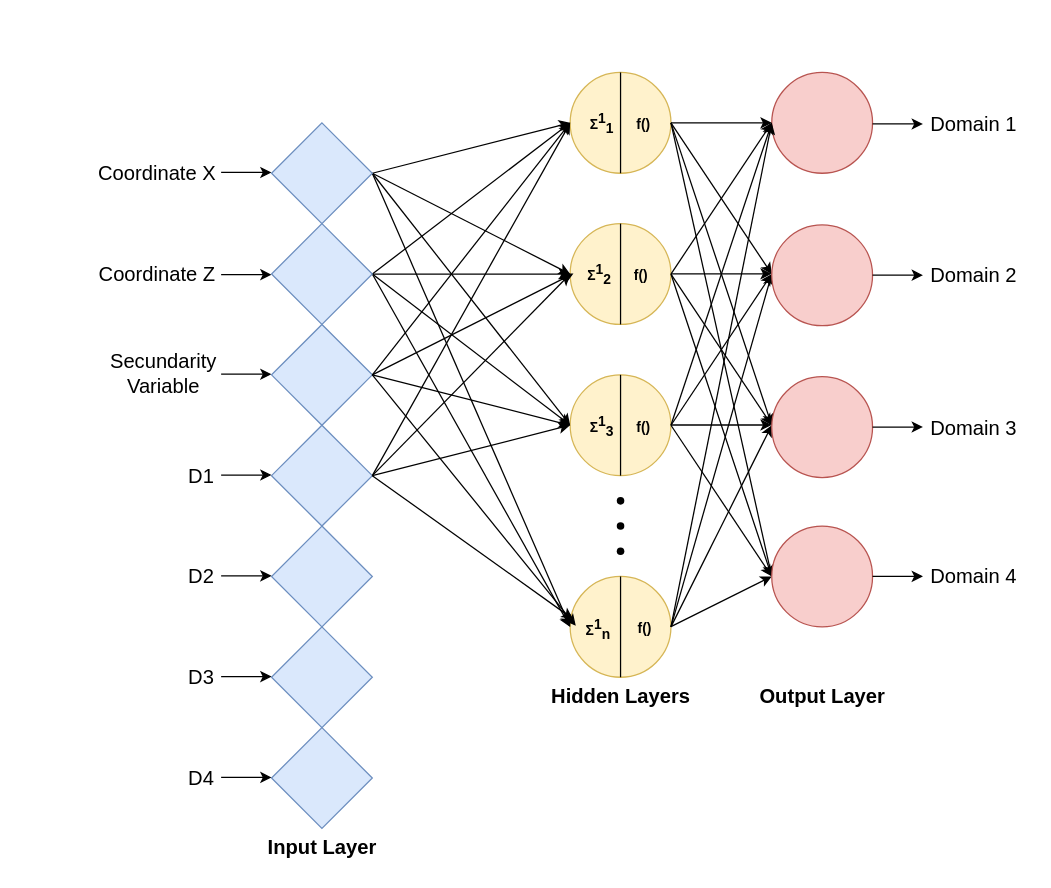
This is Diagrama sin título.drawio from heberallin/ANN_mineralresources, a draw.io file, before an edit. Source tidied: cells renumbered, new cells numbered last; positions are measured from the earlier drawing's top-left corner, leaving out a move shared by most shapes. Both pictures are drawn from the tidied source at 126%, with x=0, y=0 at pixel (86, 72).
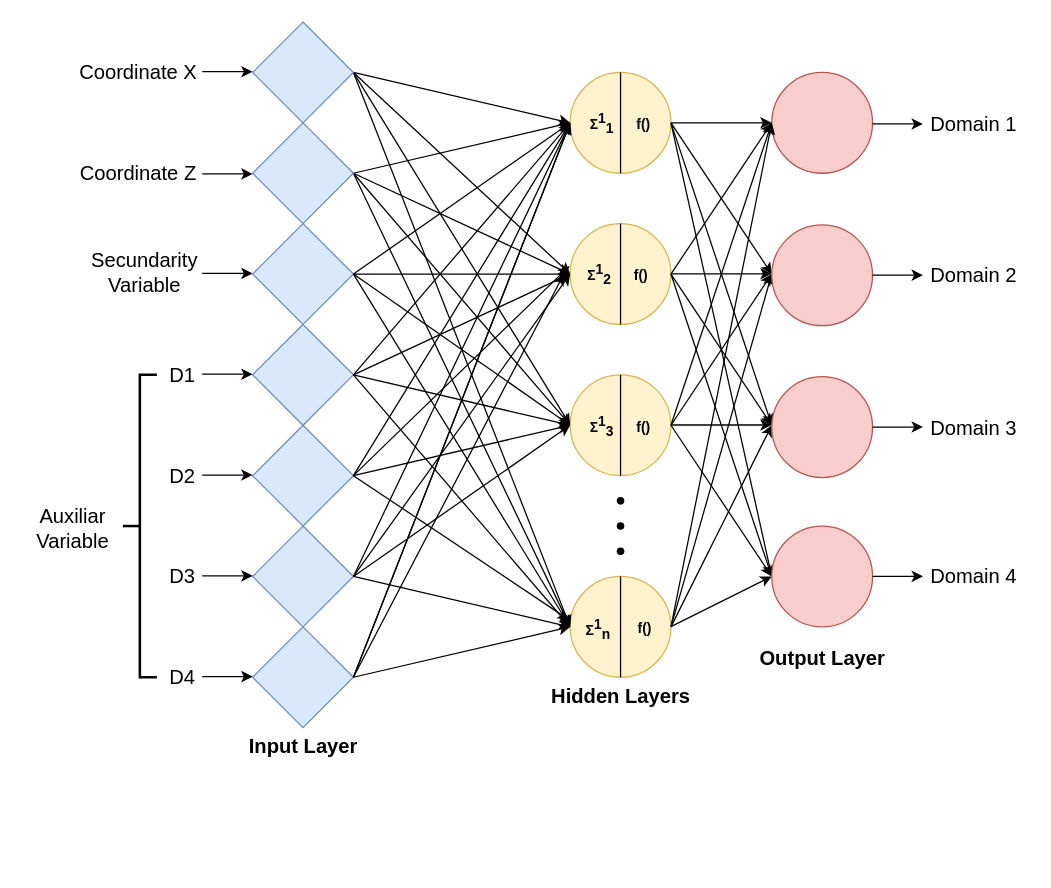
The same page after the edit.

The change refers to these unchanged cells:
```xml
<mxCell id="2" style="ellipse;whiteSpace=wrap;html=1;fillColor=#fff2cc;strokeColor=#d6b656;" parent="1" vertex="1">
  <mxGeometry x="384" y="120" width="80" height="80" as="geometry" />
</mxCell>
<mxCell id="3" style="ellipse;whiteSpace=wrap;html=1;fillColor=#fff2cc;strokeColor=#d6b656;" parent="1" vertex="1">
  <mxGeometry x="384" width="80" height="80" as="geometry" />
</mxCell>
<mxCell id="4" style="ellipse;whiteSpace=wrap;html=1;fillColor=#fff2cc;strokeColor=#d6b656;" parent="1" vertex="1">
  <mxGeometry x="384" y="240" width="80" height="80" as="geometry" />
</mxCell>
<mxCell id="5" style="ellipse;whiteSpace=wrap;html=1;fillColor=#fff2cc;strokeColor=#d6b656;" parent="1" vertex="1">
  <mxGeometry x="384" y="400" width="80" height="80" as="geometry" />
</mxCell>
<mxCell id="48" value="&lt;font style=&quot;font-size: 11px;&quot;&gt;&lt;b style=&quot;font-size: 11px;&quot;&gt;&lt;span style=&quot;font-size: 11px;&quot;&gt;Σ&lt;sup style=&quot;font-size: 11px;&quot;&gt;1&lt;/sup&gt;&lt;/span&gt;&lt;span style=&quot;font-size: 11px;&quot;&gt;&lt;sub style=&quot;font-size: 11px;&quot;&gt;2&lt;/sub&gt;&lt;/span&gt;&lt;/b&gt;&lt;/font&gt;" style="text;html=1;align=center;verticalAlign=middle;points=[];strokeColor=none;fillColor=none;fontSize=11;" parent="1" vertex="1">
  <mxGeometry x="388" y="143.5" width="37" height="33" as="geometry" />
</mxCell>
<mxCell id="50" value="&lt;font style=&quot;font-size: 11px;&quot;&gt;&lt;b style=&quot;font-size: 11px;&quot;&gt;&lt;span style=&quot;font-size: 11px;&quot;&gt;Σ&lt;sup style=&quot;font-size: 11px;&quot;&gt;1&lt;/sup&gt;&lt;/span&gt;&lt;sub style=&quot;font-size: 11px;&quot;&gt;&lt;font style=&quot;font-size: 11px;&quot;&gt;n&lt;/font&gt;&lt;/sub&gt;&lt;/b&gt;&lt;/font&gt;" style="text;html=1;align=center;verticalAlign=middle;points=[];strokeColor=none;fillColor=none;fontSize=11;" parent="1" vertex="1">
  <mxGeometry x="386" y="426.5" width="40" height="30" as="geometry" />
</mxCell>
```

Diff of the diagram source:
```diff
@@
     <mxCell id="34" style="endArrow=classic;html=1;rounded=0;entryX=0;entryY=0.5;entryDx=0;entryDy=0;" parent="1" edge="1">
       <mxGeometry relative="1" as="geometry">
-        <mxPoint x="107" y="79.4" as="sourcePoint" />
-        <mxPoint x="147" y="79.4" as="targetPoint" />
+        <mxPoint x="92" y="-0.6" as="sourcePoint" />
+        <mxPoint x="132" y="-0.6" as="targetPoint" />
       </mxGeometry>
     </mxCell>
     <mxCell id="35" style="endArrow=classic;html=1;rounded=0;entryX=0;entryY=0.5;entryDx=0;entryDy=0;" parent="1" edge="1">
       <mxGeometry relative="1" as="geometry">
-        <mxPoint x="107" y="160.5" as="sourcePoint" />
-        <mxPoint x="147" y="160.5" as="targetPoint" />
+        <mxPoint x="92" y="80.5" as="sourcePoint" />
+        <mxPoint x="132" y="80.5" as="targetPoint" />
       </mxGeometry>
     </mxCell>
@@
     <mxCell id="37" value="Input Layer" style="text;html=1;align=center;verticalAlign=middle;strokeColor=none;fillColor=none;fontSize=16;fontStyle=1;" parent="1" vertex="1">
-      <mxGeometry x="132" y="600" width="110" height="30" as="geometry" />
+      <mxGeometry x="117" y="520" width="110" height="30" as="geometry" />
     </mxCell>
@@
     <mxCell id="39" value="Output Layer" style="text;html=1;align=center;verticalAlign=middle;strokeColor=none;fillColor=none;fontSize=16;fontStyle=1;" parent="1" vertex="1">
-      <mxGeometry x="524" y="480" width="120" height="30" as="geometry" />
+      <mxGeometry x="524" y="450" width="120" height="30" as="geometry" />
     </mxCell>
     <mxCell id="40" value="Coordinate X" style="text;html=1;align=center;verticalAlign=middle;strokeColor=none;fillColor=none;fontSize=16;" parent="1" vertex="1">
-      <mxGeometry y="64.5" width="111" height="31" as="geometry" />
+      <mxGeometry x="-15" y="-15.5" width="111" height="31" as="geometry" />
     </mxCell>
     <mxCell id="41" value="Coordinate Z" style="text;html=1;align=center;verticalAlign=middle;strokeColor=none;fillColor=none;fontSize=16;" parent="1" vertex="1">
-      <mxGeometry y="144.5" width="111" height="31" as="geometry" />
+      <mxGeometry x="-15" y="64.5" width="111" height="31" as="geometry" />
     </mxCell>
@@
     <mxCell id="55" style="rhombus;whiteSpace=wrap;html=1;fillColor=#dae8fc;strokeColor=#6c8ebf;" parent="1" vertex="1">
-      <mxGeometry x="147" y="280" width="80" height="80" as="geometry" />
+      <mxGeometry x="132" y="200" width="80" height="80" as="geometry" />
     </mxCell>
     <mxCell id="56" style="endArrow=classic;html=1;rounded=0;entryX=0;entryY=0.5;entryDx=0;entryDy=0;" parent="1" edge="1">
       <mxGeometry relative="1" as="geometry">
-        <mxPoint x="107" y="239.5" as="sourcePoint" />
-        <mxPoint x="147" y="239.5" as="targetPoint" />
+        <mxPoint x="92" y="159.5" as="sourcePoint" />
+        <mxPoint x="132" y="159.5" as="targetPoint" />
       </mxGeometry>
     </mxCell>
     <mxCell id="57" value="Secundarity&lt;div&gt;Variable&lt;/div&gt;" style="text;html=1;align=center;verticalAlign=middle;strokeColor=none;fillColor=none;fontSize=16;" parent="1" vertex="1">
-      <mxGeometry x="9.5" y="214" width="103" height="50" as="geometry" />
+      <mxGeometry x="-5.5" y="134" width="103" height="50" as="geometry" />
     </mxCell>
     <mxCell id="58" style="endArrow=classic;html=1;rounded=0;entryX=0;entryY=0.5;entryDx=0;entryDy=0;" parent="1" edge="1">
       <mxGeometry relative="1" as="geometry">
-        <mxPoint x="107" y="319.5" as="sourcePoint" />
-        <mxPoint x="147" y="319.5" as="targetPoint" />
+        <mxPoint x="92" y="239.5" as="sourcePoint" />
+        <mxPoint x="132" y="239.5" as="targetPoint" />
       </mxGeometry>
     </mxCell>
     <mxCell id="59" value="D1" style="text;html=1;align=center;verticalAlign=middle;strokeColor=none;fillColor=none;fontSize=16;" parent="1" vertex="1">
-      <mxGeometry x="71" y="305" width="40" height="30" as="geometry" />
+      <mxGeometry x="56" y="225" width="40" height="30" as="geometry" />
     </mxCell>
     <mxCell id="60" style="rhombus;whiteSpace=wrap;html=1;fillColor=#dae8fc;strokeColor=#6c8ebf;" parent="1" vertex="1">
-      <mxGeometry x="147" y="200" width="80" height="80" as="geometry" />
+      <mxGeometry x="132" y="120" width="80" height="80" as="geometry" />
     </mxCell>
     <mxCell id="61" style="rhombus;whiteSpace=wrap;html=1;fillColor=#dae8fc;strokeColor=#6c8ebf;" parent="1" vertex="1">
-      <mxGeometry x="147" y="120" width="80" height="80" as="geometry" />
+      <mxGeometry x="132" y="40" width="80" height="80" as="geometry" />
     </mxCell>
     <mxCell id="62" style="rhombus;whiteSpace=wrap;html=1;fillColor=#dae8fc;strokeColor=#6c8ebf;" parent="1" vertex="1">
-      <mxGeometry x="147" y="40" width="80" height="80" as="geometry" />
+      <mxGeometry x="132" y="-40" width="80" height="80" as="geometry" />
     </mxCell>
-    <mxCell id="63" style="endArrow=classic;html=1;rounded=0;exitX=1;exitY=0.5;exitDx=0;exitDy=0;entryX=0.062;entryY=0.422;entryDx=0;entryDy=0;entryPerimeter=0;" parent="1" edge="1" source="60" target="50">
+    <mxCell id="63" style="endArrow=classic;html=1;rounded=0;exitX=1;exitY=0.5;exitDx=0;exitDy=0;entryX=0;entryY=0.5;entryDx=0;entryDy=0;" parent="1" edge="1" source="60" target="5">
       <mxGeometry relative="1" as="geometry" />
     </mxCell>
@@
-    <mxCell id="65" style="endArrow=classic;html=1;rounded=0;exitX=1;exitY=0.5;exitDx=0;exitDy=0;entryX=-0.037;entryY=0.488;entryDx=0;entryDy=0;entryPerimeter=0;" parent="1" edge="1" source="60" target="48">
+    <mxCell id="65" style="endArrow=classic;html=1;rounded=0;exitX=1;exitY=0.5;exitDx=0;exitDy=0;entryX=0;entryY=0.5;entryDx=0;entryDy=0;" parent="1" edge="1" source="60" target="2">
       <mxGeometry relative="1" as="geometry" />
     </mxCell>
@@
-    <mxCell id="67" style="endArrow=classic;html=1;rounded=0;exitX=1;exitY=0.5;exitDx=0;exitDy=0;entryX=0.007;entryY=0.243;entryDx=0;entryDy=0;entryPerimeter=0;" parent="1" edge="1" source="55" target="50">
+    <mxCell id="67" style="endArrow=classic;html=1;rounded=0;exitX=1;exitY=0.5;exitDx=0;exitDy=0;entryX=0;entryY=0.5;entryDx=0;entryDy=0;" parent="1" edge="1" source="55" target="5">
       <mxGeometry relative="1" as="geometry" />
     </mxCell>
@@
     <mxCell id="80" style="rhombus;whiteSpace=wrap;html=1;fillColor=#dae8fc;strokeColor=#6c8ebf;" parent="1" vertex="1">
-      <mxGeometry x="147" y="360" width="80" height="80" as="geometry" />
+      <mxGeometry x="132" y="280" width="80" height="80" as="geometry" />
     </mxCell>
     <mxCell id="81" style="endArrow=classic;html=1;rounded=0;entryX=0;entryY=0.5;entryDx=0;entryDy=0;" parent="1" edge="1">
       <mxGeometry relative="1" as="geometry">
-        <mxPoint x="107" y="399.5" as="sourcePoint" />
-        <mxPoint x="147" y="399.5" as="targetPoint" />
+        <mxPoint x="92" y="319.5" as="sourcePoint" />
+        <mxPoint x="132" y="319.5" as="targetPoint" />
       </mxGeometry>
     </mxCell>
     <mxCell id="82" value="D2" style="text;html=1;align=center;verticalAlign=middle;strokeColor=none;fillColor=none;fontSize=16;" parent="1" vertex="1">
-      <mxGeometry x="71" y="385" width="40" height="30" as="geometry" />
+      <mxGeometry x="56" y="305" width="40" height="30" as="geometry" />
     </mxCell>
     <mxCell id="83" style="rhombus;whiteSpace=wrap;html=1;fillColor=#dae8fc;strokeColor=#6c8ebf;" parent="1" vertex="1">
-      <mxGeometry x="147" y="440" width="80" height="80" as="geometry" />
+      <mxGeometry x="132" y="360" width="80" height="80" as="geometry" />
     </mxCell>
     <mxCell id="84" style="endArrow=classic;html=1;rounded=0;entryX=0;entryY=0.5;entryDx=0;entryDy=0;" parent="1" edge="1">
       <mxGeometry relative="1" as="geometry">
-        <mxPoint x="107" y="479.5" as="sourcePoint" />
-        <mxPoint x="147" y="479.5" as="targetPoint" />
+        <mxPoint x="92" y="399.5" as="sourcePoint" />
+        <mxPoint x="132" y="399.5" as="targetPoint" />
       </mxGeometry>
     </mxCell>
     <mxCell id="85" value="D3" style="text;html=1;align=center;verticalAlign=middle;strokeColor=none;fillColor=none;fontSize=16;" parent="1" vertex="1">
-      <mxGeometry x="71" y="465" width="40" height="30" as="geometry" />
+      <mxGeometry x="56" y="385" width="40" height="30" as="geometry" />
     </mxCell>
     <mxCell id="86" style="rhombus;whiteSpace=wrap;html=1;fillColor=#dae8fc;strokeColor=#6c8ebf;" parent="1" vertex="1">
-      <mxGeometry x="147" y="520" width="80" height="80" as="geometry" />
+      <mxGeometry x="132" y="440" width="80" height="80" as="geometry" />
     </mxCell>
     <mxCell id="87" style="endArrow=classic;html=1;rounded=0;entryX=0;entryY=0.5;entryDx=0;entryDy=0;" parent="1" edge="1">
       <mxGeometry relative="1" as="geometry">
-        <mxPoint x="107" y="559.5" as="sourcePoint" />
-        <mxPoint x="147" y="559.5" as="targetPoint" />
+        <mxPoint x="92" y="479.5" as="sourcePoint" />
+        <mxPoint x="132" y="479.5" as="targetPoint" />
       </mxGeometry>
     </mxCell>
     <mxCell id="88" value="D4" style="text;html=1;align=center;verticalAlign=middle;strokeColor=none;fillColor=none;fontSize=16;" parent="1" vertex="1">
-      <mxGeometry x="71" y="545" width="40" height="30" as="geometry" />
+      <mxGeometry x="56" y="465" width="40" height="30" as="geometry" />
     </mxCell>
+    <mxCell id="89" style="endArrow=classic;html=1;rounded=0;exitX=1;exitY=0.5;exitDx=0;exitDy=0;entryX=-0.071;entryY=0.264;entryDx=0;entryDy=0;entryPerimeter=0;" parent="1" edge="1" source="80" target="50">
+      <mxGeometry relative="1" as="geometry" />
+    </mxCell>
+    <mxCell id="90" style="endArrow=classic;html=1;rounded=0;exitX=1;exitY=0.5;exitDx=0;exitDy=0;entryX=0;entryY=0.5;entryDx=0;entryDy=0;" parent="1" edge="1" source="80" target="4">
+      <mxGeometry relative="1" as="geometry" />
+    </mxCell>
+    <mxCell id="91" style="endArrow=classic;html=1;rounded=0;exitX=1;exitY=0.5;exitDx=0;exitDy=0;entryX=-0.007;entryY=0.42;entryDx=0;entryDy=0;entryPerimeter=0;" parent="1" edge="1" source="80" target="2">
+      <mxGeometry relative="1" as="geometry" />
+    </mxCell>
+    <mxCell id="92" style="endArrow=classic;html=1;rounded=0;exitX=1;exitY=0.5;exitDx=0;exitDy=0;entryX=0;entryY=0.5;entryDx=0;entryDy=0;" parent="1" edge="1" source="80" target="3">
+      <mxGeometry relative="1" as="geometry" />
+    </mxCell>
+    <mxCell id="93" style="endArrow=classic;html=1;rounded=0;exitX=1;exitY=0.5;exitDx=0;exitDy=0;entryX=0;entryY=0.5;entryDx=0;entryDy=0;" parent="1" edge="1" source="83" target="5">
+      <mxGeometry relative="1" as="geometry" />
+    </mxCell>
+    <mxCell id="94" style="endArrow=classic;html=1;rounded=0;exitX=1;exitY=0.5;exitDx=0;exitDy=0;entryX=0;entryY=0.5;entryDx=0;entryDy=0;" parent="1" edge="1" source="83" target="4">
+      <mxGeometry relative="1" as="geometry" />
+    </mxCell>
+    <mxCell id="95" style="endArrow=classic;html=1;rounded=0;exitX=1;exitY=0.5;exitDx=0;exitDy=0;entryX=-0.108;entryY=0.5;entryDx=0;entryDy=0;entryPerimeter=0;" parent="1" edge="1" source="83" target="48">
+      <mxGeometry relative="1" as="geometry" />
+    </mxCell>
+    <mxCell id="96" style="endArrow=classic;html=1;rounded=0;exitX=1;exitY=0.5;exitDx=0;exitDy=0;entryX=0;entryY=0.5;entryDx=0;entryDy=0;" parent="1" edge="1" source="83" target="3">
+      <mxGeometry relative="1" as="geometry" />
+    </mxCell>
+    <mxCell id="97" style="endArrow=classic;html=1;rounded=0;exitX=1;exitY=0.5;exitDx=0;exitDy=0;entryX=0;entryY=0.5;entryDx=0;entryDy=0;" parent="1" edge="1" source="86" target="5">
+      <mxGeometry relative="1" as="geometry" />
+    </mxCell>
+    <mxCell id="98" style="endArrow=classic;html=1;rounded=0;exitX=1;exitY=0.5;exitDx=0;exitDy=0;" parent="1" edge="1" source="86">
+      <mxGeometry relative="1" as="geometry">
+        <mxPoint x="379" y="160" as="targetPoint" />
+      </mxGeometry>
+    </mxCell>
+    <mxCell id="99" style="endArrow=classic;html=1;rounded=0;exitX=1;exitY=0.5;exitDx=0;exitDy=0;entryX=0;entryY=0.5;entryDx=0;entryDy=0;" parent="1" edge="1" source="86" target="3">
+      <mxGeometry relative="1" as="geometry" />
+    </mxCell>
+    <mxCell id="100" style="endArrow=classic;html=1;rounded=0;exitX=1;exitY=0.5;exitDx=0;exitDy=0;entryX=0;entryY=0.5;entryDx=0;entryDy=0;" parent="1" edge="1" source="86" target="3">
+      <mxGeometry relative="1" as="geometry" />
+    </mxCell>
+    <mxCell id="101" style="strokeWidth=2;html=1;shape=mxgraph.flowchart.annotation_2;align=left;labelPosition=right;" parent="1" vertex="1">
+      <mxGeometry x="29" y="240" width="27" height="240" as="geometry" />
+    </mxCell>
+    <mxCell id="102" value="Auxiliar&lt;div&gt;Variable&lt;/div&gt;" style="text;html=1;align=center;verticalAlign=middle;strokeColor=none;fillColor=none;fontSize=16;" parent="1" vertex="1">
+      <mxGeometry x="-51" y="336.5" width="80" height="50" as="geometry" />
+    </mxCell>
```
